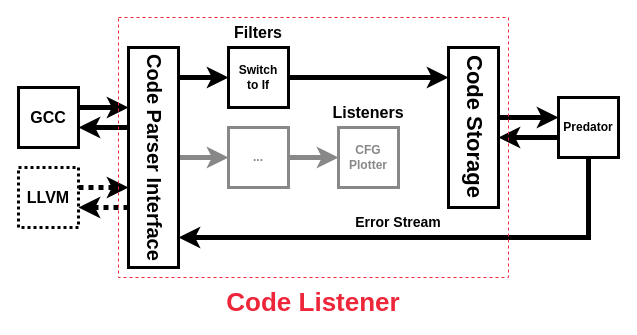
Earlier version of the draw.io diagram codelistener-old.drawio (pseja/gcc-plugin-for-static-analyzer-support). Source tidied: cells renumbered, new cells numbered last; positions are measured from the earlier drawing's top-left corner, leaving out a move shared by most shapes. Both pictures are drawn from the tidied source at 100%, with x=0, y=0 at pixel (18, 17).
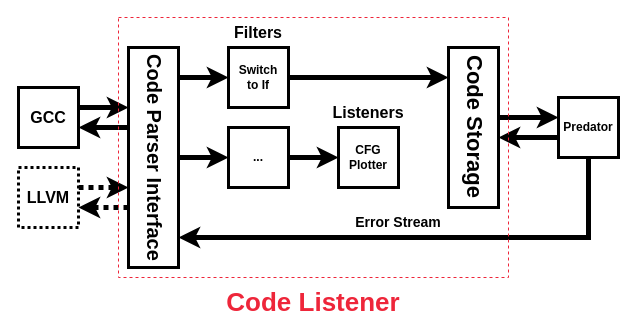
After the change.

The change refers to these unchanged cells:
```xml
<mxCell id="10" value="Code Parser Interface" style="rounded=0;whiteSpace=wrap;html=1;fontStyle=1;fontSize=20;textDirection=vertical-lr;strokeWidth=3;" parent="1" vertex="1">
  <mxGeometry x="110" y="30" width="50" height="220" as="geometry" />
</mxCell>
```

What changed in the source:
```diff
@@
-    <mxCell id="9" style="edgeStyle=orthogonalEdgeStyle;shape=connector;rounded=0;jettySize=auto;html=1;strokeColor=#888888;strokeWidth=5;align=center;verticalAlign=middle;fontFamily=Helvetica;fontSize=11;fontColor=#888888;labelBackgroundColor=default;endArrow=classic;" parent="1" edge="1" source="10" target="16">
+    <mxCell id="9" style="edgeStyle=orthogonalEdgeStyle;shape=connector;rounded=0;jettySize=auto;html=1;strokeColor=light-dark(#000000,#FFFFFF);strokeWidth=5;align=center;verticalAlign=middle;fontFamily=Helvetica;fontSize=11;fontColor=#888888;labelBackgroundColor=default;endArrow=classic;" parent="1" edge="1" source="10" target="16">
       <mxGeometry relative="1" as="geometry" />
     </mxCell>
@@
-    <mxCell id="15" style="edgeStyle=orthogonalEdgeStyle;shape=connector;rounded=0;jettySize=auto;html=1;strokeColor=#888888;strokeWidth=5;align=center;verticalAlign=middle;fontFamily=Helvetica;fontSize=11;fontColor=#888888;labelBackgroundColor=default;endArrow=classic;" parent="1" edge="1" source="16" target="20">
+    <mxCell id="15" style="edgeStyle=orthogonalEdgeStyle;shape=connector;rounded=0;jettySize=auto;html=1;strokeColor=light-dark(#000000,#FFFFFF);strokeWidth=5;align=center;verticalAlign=middle;fontFamily=Helvetica;fontSize=11;fontColor=#888888;labelBackgroundColor=default;endArrow=classic;" parent="1" edge="1" source="16" target="20">
       <mxGeometry relative="1" as="geometry" />
     </mxCell>
-    <mxCell id="16" value="..." style="rounded=0;whiteSpace=wrap;html=1;fontStyle=1;fontColor=#888888;strokeColor=#888888;strokeWidth=3;" parent="1" vertex="1">
+    <mxCell id="16" value="..." style="rounded=0;whiteSpace=wrap;html=1;fontStyle=1;fontColor=light-dark(#000000,#FFFFFF);strokeColor=light-dark(#000000,#FFFFFF);strokeWidth=3;" parent="1" vertex="1">
       <mxGeometry x="210" y="110" width="60" height="60" as="geometry" />
     </mxCell>
@@
-    <mxCell id="20" value="CFG Plotter" style="rounded=0;whiteSpace=wrap;html=1;fontStyle=1;fontColor=#888888;strokeColor=#888888;strokeWidth=3;" parent="1" vertex="1">
+    <mxCell id="20" value="CFG Plotter" style="rounded=0;whiteSpace=wrap;html=1;fontStyle=1;fontColor=light-dark(#000000,#FFFFFF);strokeColor=light-dark(#000000,#FFFFFF);strokeWidth=3;" parent="1" vertex="1">
       <mxGeometry x="320" y="110" width="60" height="60" as="geometry" />
     </mxCell>
```
